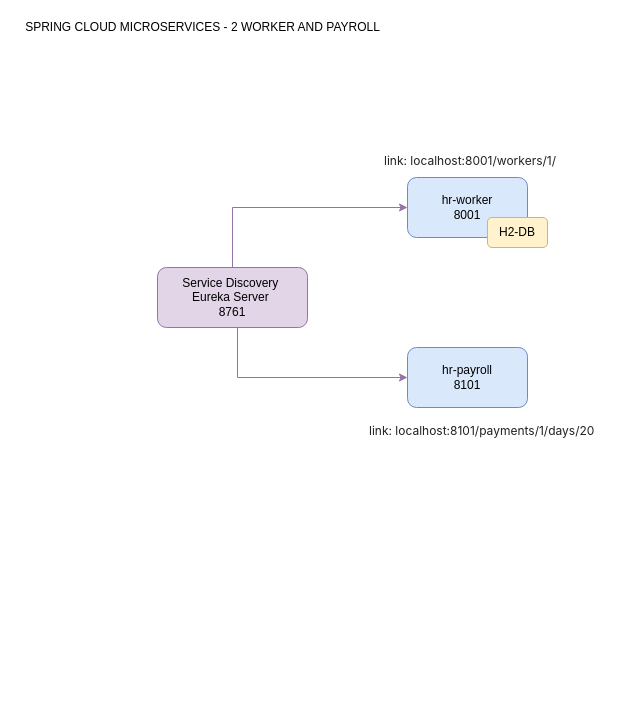
CarlosRobertoMedeiros/study-microservice-springcloud-2 keeps this draw.io diagram as Diagrama Microservico 2.drawio. Above is the earlier version. Source tidied: cells renumbered, new cells numbered last; positions are measured from the earlier drawing's top-left corner, leaving out a move shared by most shapes. Both pictures are drawn from the tidied source at 100%, with x=0, y=0 at pixel (17, 17).
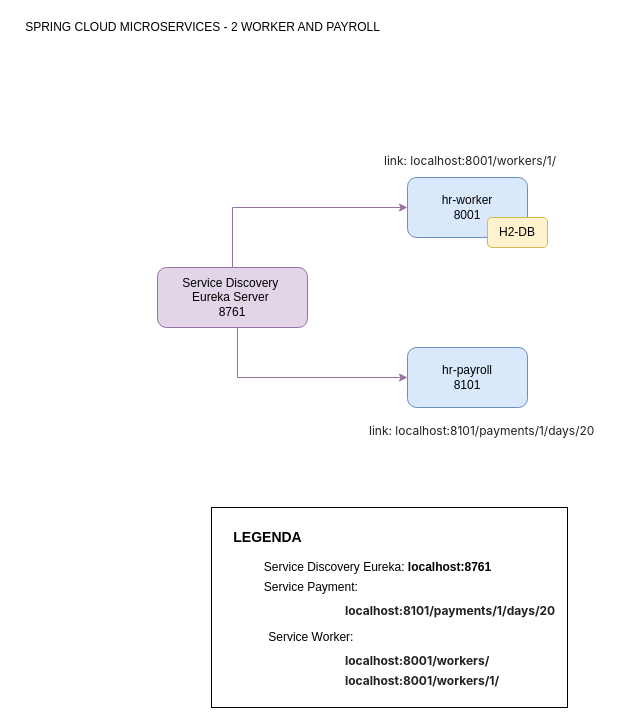
Above is the later version.

Commit message (it also covers changes not shown here):
Service Discovery and Client implemented

Diff of the diagram source:
```diff
@@
+    <mxCell id="11" style="rounded=0;whiteSpace=wrap;html=1;" parent="1" vertex="1">
+      <mxGeometry x="194" y="490" width="356" height="200" as="geometry" />
+    </mxCell>
@@
+    <mxCell id="12" value="Service Discovery Eureka: &lt;b&gt;localhost:8761&lt;/b&gt;" style="text;html=1;align=center;verticalAlign=middle;strokeColor=none;fillColor=none;" parent="1" vertex="1">
+      <mxGeometry x="240" y="540" width="240" height="20" as="geometry" />
+    </mxCell>
+    <mxCell id="13" value="Service Payment:&amp;nbsp;" style="text;html=1;align=center;verticalAlign=middle;strokeColor=none;fillColor=none;" parent="1" vertex="1">
+      <mxGeometry x="240" y="560" width="110" height="20" as="geometry" />
+    </mxCell>
+    <mxCell id="14" value="&lt;span style=&quot;color: rgb(33 , 33 , 33) ; font-family: &amp;#34;inter&amp;#34; , &amp;#34;opensans&amp;#34; , &amp;#34;helvetica&amp;#34; , &amp;#34;arial&amp;#34; , sans-serif ; font-size: 12px ; font-style: normal ; letter-spacing: normal ; text-align: left ; text-indent: 0px ; text-transform: none ; word-spacing: 0px ; background-color: rgb(255 , 255 , 255) ; display: inline ; float: none&quot;&gt;&lt;b&gt;localhost:8101/payments/1/days/20&lt;/b&gt;&lt;br&gt;&lt;/span&gt;" style="text;whiteSpace=wrap;html=1;" parent="1" vertex="1">
+      <mxGeometry x="326" y="580" width="190" height="40" as="geometry" />
+    </mxCell>
+    <mxCell id="15" value="&lt;b style=&quot;color: rgb(33 , 33 , 33) ; font-family: &amp;#34;inter&amp;#34; , &amp;#34;opensans&amp;#34; , &amp;#34;helvetica&amp;#34; , &amp;#34;arial&amp;#34; , sans-serif ; font-size: 12px ; font-style: normal ; letter-spacing: normal ; text-align: left ; text-indent: 0px ; text-transform: none ; word-spacing: 0px&quot;&gt;localhost:8001/workers/&lt;/b&gt;" style="text;whiteSpace=wrap;html=1;" parent="1" vertex="1">
+      <mxGeometry x="326" y="630" width="170" height="30" as="geometry" />
+    </mxCell>
+    <mxCell id="16" value="Service Worker:&amp;nbsp;" style="text;html=1;align=center;verticalAlign=middle;strokeColor=none;fillColor=none;" parent="1" vertex="1">
+      <mxGeometry x="245" y="610" width="100" height="20" as="geometry" />
+    </mxCell>
+    <mxCell id="17" value="&lt;b style=&quot;color: rgb(33, 33, 33); font-family: inter, opensans, helvetica, arial, sans-serif; font-size: 12px; font-style: normal; letter-spacing: normal; text-align: left; text-indent: 0px; text-transform: none; word-spacing: 0px;&quot;&gt;localhost:8001/workers/1/&lt;/b&gt;" style="text;whiteSpace=wrap;html=1;" parent="1" vertex="1">
+      <mxGeometry x="326" y="650" width="170" height="30" as="geometry" />
+    </mxCell>
+    <mxCell id="18" value="&lt;b&gt;&lt;font style=&quot;font-size: 14px&quot;&gt;LEGENDA&lt;/font&gt;&lt;/b&gt;" style="text;html=1;align=center;verticalAlign=middle;strokeColor=none;fillColor=none;" parent="1" vertex="1">
+      <mxGeometry x="210" y="510" width="80" height="20" as="geometry" />
+    </mxCell>
```
